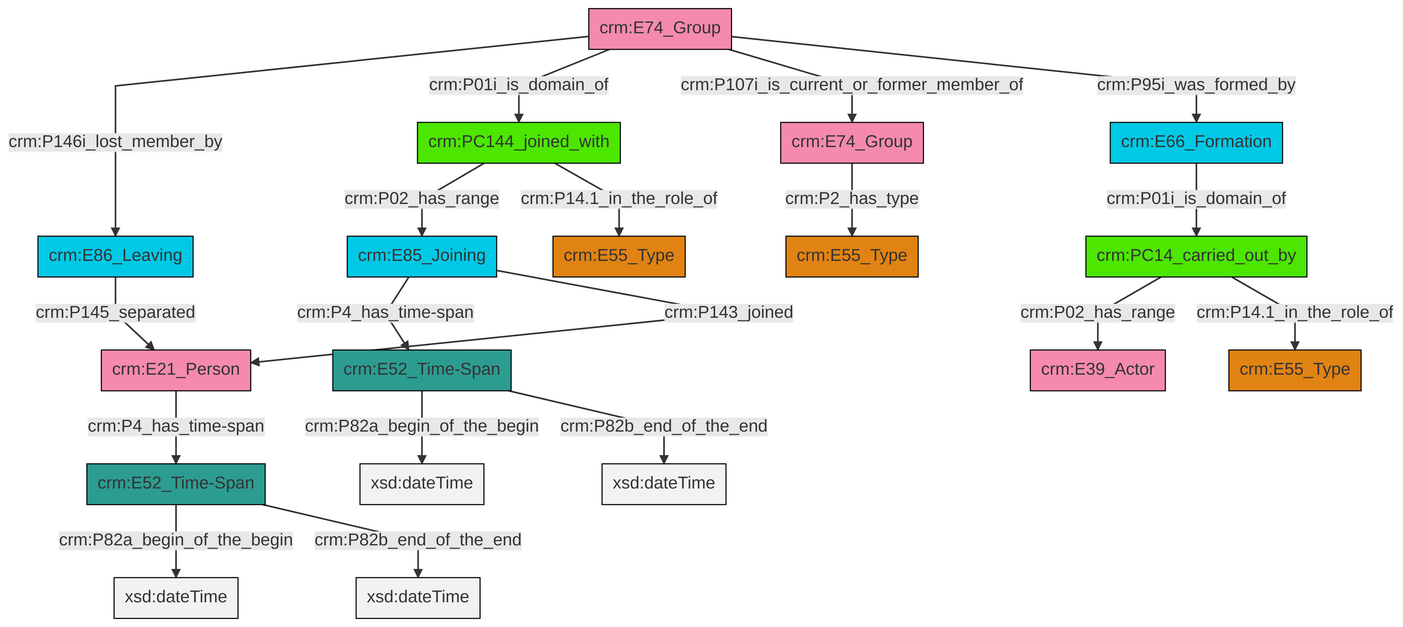
This is et/groupCSV/ttl/mmd/png/group_actor_relations.png from swiss-art-research-net/docs.swissartresearch, a Mermaid export, as it was before one commit. Its source is kept beside it as et/groupCSV/ttl/mmd/group_actor_relations.ttl.mmd.
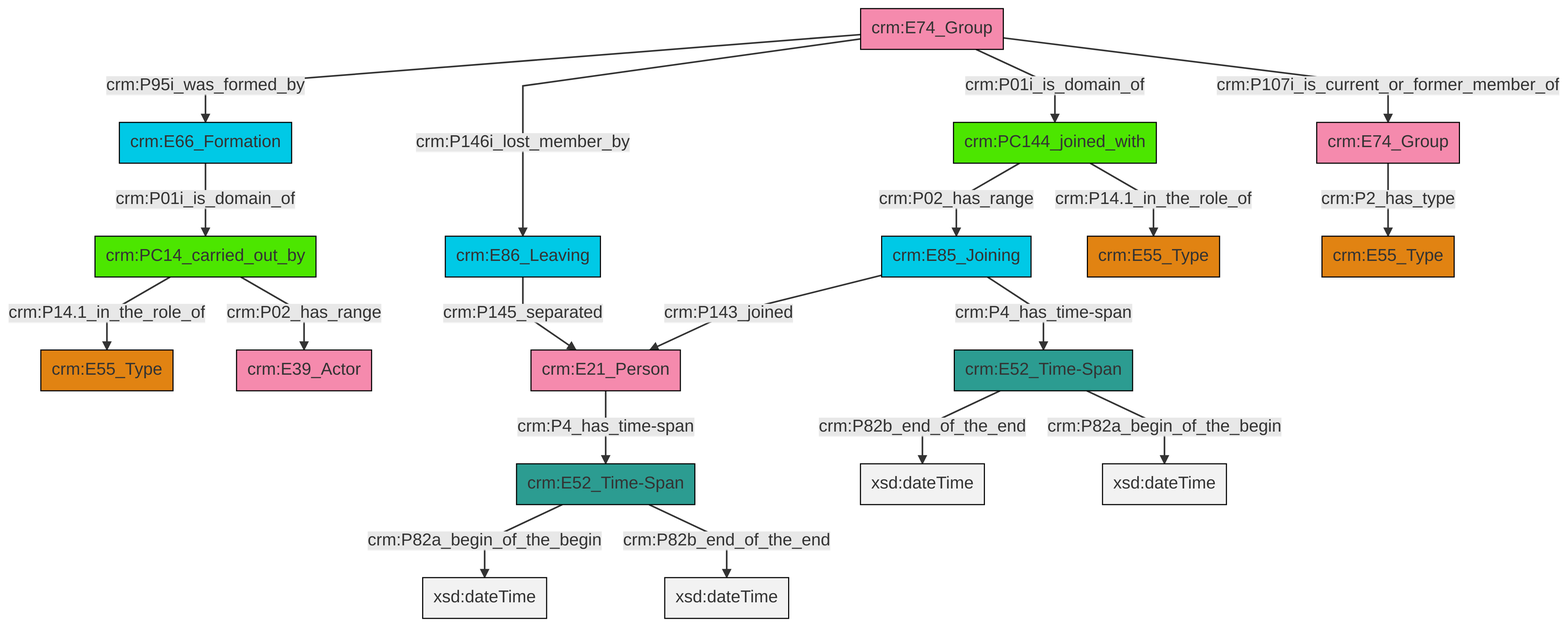
Above is the later version.

Change to the diagram source:
```diff
@@ -13,21 +13,21 @@
 classDef PC_Classes fill:#4ce600, stroke:#000000;
 classDef Multi fill:#cccccc,stroke:#000000;
 
-0["crm:E74_Group"]:::Actor -->|crm:P2_has_type| 1["crm:E55_Type"]:::Type
-2["crm:E74_Group"]:::Actor -->|crm:P146i_lost_member_by| 3["crm:E86_Leaving"]:::Temporal_Entity
-2["crm:E74_Group"]:::Actor -->|crm:P01i_is_domain_of| 4["crm:PC144_joined_with"]:::PC_Classes
-5["crm:PC14_carried_out_by"]:::PC_Classes -->|crm:P02_has_range| 6["crm:E39_Actor"]:::Actor
-5["crm:PC14_carried_out_by"]:::PC_Classes -->|crm:P14.1_in_the_role_of| 10["crm:E55_Type"]:::Type
-4["crm:PC144_joined_with"]:::PC_Classes -->|crm:P02_has_range| 12["crm:E85_Joining"]:::Temporal_Entity
-8["crm:E21_Person"]:::Actor -->|crm:P4_has_time-span| 13["crm:E52_Time-Span"]:::Time-Span
-4["crm:PC144_joined_with"]:::PC_Classes -->|crm:P14.1_in_the_role_of| 16["crm:E55_Type"]:::Type
-3["crm:E86_Leaving"]:::Temporal_Entity -->|crm:P145_separated| 8["crm:E21_Person"]:::Actor
-19["crm:E52_Time-Span"]:::Time-Span -->|crm:P82a_begin_of_the_begin| 20[xsd:dateTime]:::Literal
-12["crm:E85_Joining"]:::Temporal_Entity -->|crm:P4_has_time-span| 19["crm:E52_Time-Span"]:::Time-Span
-2["crm:E74_Group"]:::Actor -->|crm:P107i_is_current_or_former_member_of| 0["crm:E74_Group"]:::Actor
-2["crm:E74_Group"]:::Actor -->|crm:P95i_was_formed_by| 23["crm:E66_Formation"]:::Temporal_Entity
-13["crm:E52_Time-Span"]:::Time-Span -->|crm:P82a_begin_of_the_begin| 26[xsd:dateTime]:::Literal
-23["crm:E66_Formation"]:::Temporal_Entity -->|crm:P01i_is_domain_of| 5["crm:PC14_carried_out_by"]:::PC_Classes
-19["crm:E52_Time-Span"]:::Time-Span -->|crm:P82b_end_of_the_end| 29[xsd:dateTime]:::Literal
-12["crm:E85_Joining"]:::Temporal_Entity -->|crm:P143_joined| 8["crm:E21_Person"]:::Actor
-13["crm:E52_Time-Span"]:::Time-Span -->|crm:P82b_end_of_the_end| 30[xsd:dateTime]:::Literal
+4["crm:E21_Person"]:::Actor -->|crm:P4_has_time-span| 2["crm:E52_Time-Span"]:::Time-Span
+5["crm:PC144_joined_with"]:::PC_Classes -->|crm:P02_has_range| 6["crm:E85_Joining"]:::Temporal_Entity
+7["crm:E52_Time-Span"]:::Time-Span -->|crm:P82b_end_of_the_end| 8[xsd:dateTime]:::Literal
+7["crm:E52_Time-Span"]:::Time-Span -->|crm:P82a_begin_of_the_begin| 14[xsd:dateTime]:::Literal
+2["crm:E52_Time-Span"]:::Time-Span -->|crm:P82a_begin_of_the_begin| 15[xsd:dateTime]:::Literal
+18["crm:PC14_carried_out_by"]:::PC_Classes -->|crm:P14.1_in_the_role_of| 0["crm:E55_Type"]:::Type
+20["crm:E74_Group"]:::Actor -->|crm:P2_has_type| 16["crm:E55_Type"]:::Type
+6["crm:E85_Joining"]:::Temporal_Entity -->|crm:P143_joined| 4["crm:E21_Person"]:::Actor
+5["crm:PC144_joined_with"]:::PC_Classes -->|crm:P14.1_in_the_role_of| 9["crm:E55_Type"]:::Type
+21["crm:E74_Group"]:::Actor -->|crm:P95i_was_formed_by| 22["crm:E66_Formation"]:::Temporal_Entity
+6["crm:E85_Joining"]:::Temporal_Entity -->|crm:P4_has_time-span| 7["crm:E52_Time-Span"]:::Time-Span
+21["crm:E74_Group"]:::Actor -->|crm:P146i_lost_member_by| 25["crm:E86_Leaving"]:::Temporal_Entity
+25["crm:E86_Leaving"]:::Temporal_Entity -->|crm:P145_separated| 4["crm:E21_Person"]:::Actor
+18["crm:PC14_carried_out_by"]:::PC_Classes -->|crm:P02_has_range| 28["crm:E39_Actor"]:::Actor
+2["crm:E52_Time-Span"]:::Time-Span -->|crm:P82b_end_of_the_end| 30[xsd:dateTime]:::Literal
+21["crm:E74_Group"]:::Actor -->|crm:P01i_is_domain_of| 5["crm:PC144_joined_with"]:::PC_Classes
+21["crm:E74_Group"]:::Actor -->|crm:P107i_is_current_or_former_member_of| 20["crm:E74_Group"]:::Actor
+22["crm:E66_Formation"]:::Temporal_Entity -->|crm:P01i_is_domain_of| 18["crm:PC14_carried_out_by"]:::PC_Classes
```
